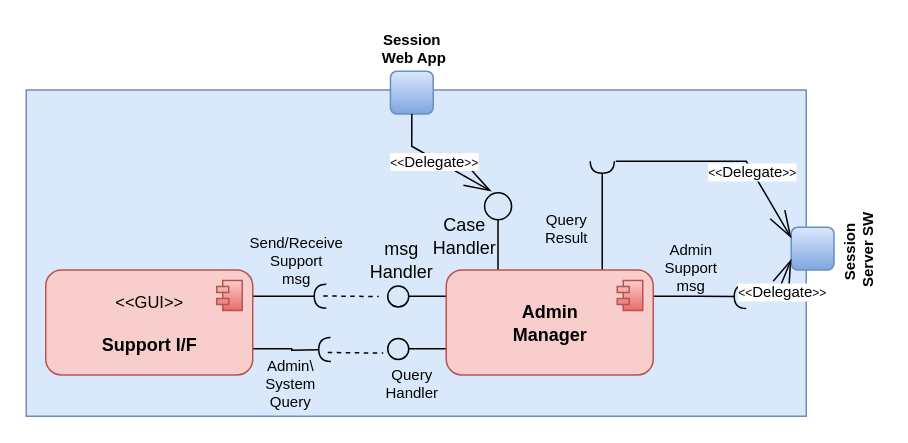
Earlier version of the draw.io diagram page "System Software Architecture 3" (6 of 6) of SAD Diagrams.drawio (Itaybarbar/myProject). Source tidied: cells renumbered, new cells numbered last; positions are measured from the earlier drawing's top-left corner, leaving out a move shared by most shapes. Both pictures are drawn from the tidied source at 150%, with x=0, y=0 at pixel (26, 26).
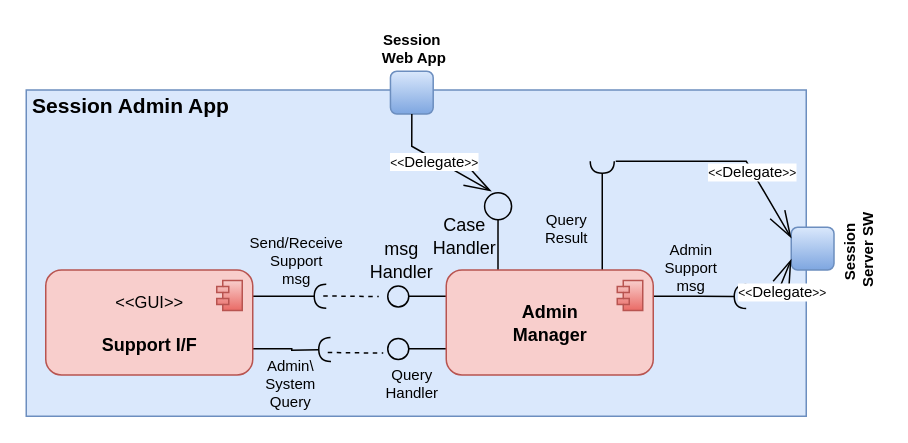
The same diagram, later.

What changed in the source:
```diff
@@
+    <mxCell id="33" value="&lt;b&gt;&lt;font style=&quot;font-size: 14px&quot;&gt;Session Admin App&lt;/font&gt;&lt;/b&gt;" style="text;html=1;strokeColor=none;fillColor=none;align=center;verticalAlign=middle;whiteSpace=wrap;rounded=0;labelBackgroundColor=none;" parent="1" vertex="1">
+      <mxGeometry y="42.5" width="140" height="20" as="geometry" />
+    </mxCell>
```
